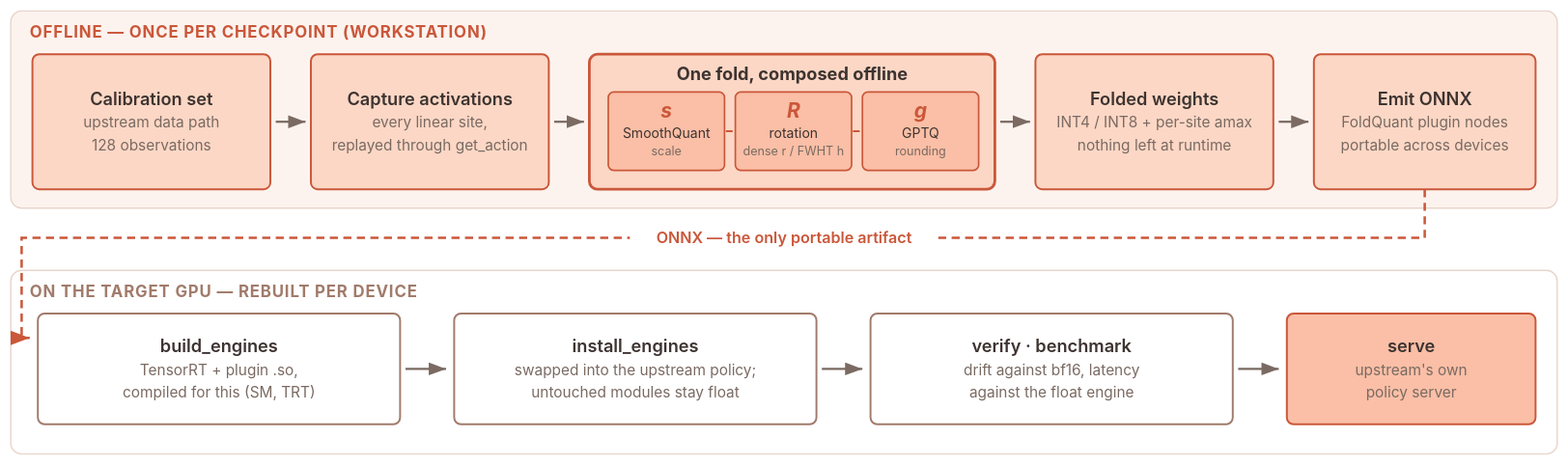
cair-vinuni/FoldQuantVLA keeps this draw.io diagram as docs/assets/foldquant-pipeline.svg. Above is the earlier version. Source tidied: cells renumbered, new cells last; positions are measured from the earlier drawing's top-left corner, leaving out a move shared by most shapes. The source it was exported from:
```xml
<mxGraphModel>
  <root>
    <mxCell id="0" />
    <mxCell id="1" parent="0" />
    <mxCell id="2" value="OFFLINE - ONCE PER CHECKPOINT (WORKSTATION)" style="rounded=1;fillColor=#fdf3ee;strokeColor=#e8d5cb;verticalAlign=top;align=left;spacingLeft=12;fontSize=12;fontStyle=1;fontColor=#ca573a;" parent="1" vertex="1">
      <mxGeometry width="1144" height="146" as="geometry" />
    </mxCell>
    <mxCell id="3" value="ON THE TARGET GPU - REBUILT PER DEVICE" style="rounded=1;fillColor=#ffffff;strokeColor=#e8d5cb;verticalAlign=top;align=left;spacingLeft=12;fontSize=12;fontStyle=1;fontColor=#a17b6b;" parent="1" vertex="1">
      <mxGeometry y="192" width="1144" height="136" as="geometry" />
    </mxCell>
    <mxCell id="4" value="Calibration set" style="rounded=1;fillColor=#fcd7c5;strokeColor=#ca573a;fontStyle=1;" parent="1" vertex="1">
      <mxGeometry x="16" y="32" width="176" height="100" as="geometry" />
    </mxCell>
    <mxCell id="5" value="Capture activations" style="rounded=1;fillColor=#fcd7c5;strokeColor=#ca573a;fontStyle=1;" parent="1" vertex="1">
      <mxGeometry x="222" y="32" width="176" height="100" as="geometry" />
    </mxCell>
    <mxCell id="6" value="One fold, composed offline" style="rounded=1;fillColor=#fcd7c5;strokeColor=#ca573a;strokeWidth=2;verticalAlign=top;fontStyle=1;" parent="1" vertex="1">
      <mxGeometry x="428" y="32" width="300" height="100" as="geometry" />
    </mxCell>
    <mxCell id="7" value="s" style="rounded=1;fillColor=#fabfa6;strokeColor=#ca573a;fontStyle=3;" parent="1" vertex="1">
      <mxGeometry x="442" y="60" width="86" height="58" as="geometry" />
    </mxCell>
    <mxCell id="8" value="R" style="rounded=1;fillColor=#fabfa6;strokeColor=#ca573a;fontStyle=3;" parent="1" vertex="1">
      <mxGeometry x="536" y="60" width="86" height="58" as="geometry" />
    </mxCell>
    <mxCell id="9" value="g" style="rounded=1;fillColor=#fabfa6;strokeColor=#ca573a;fontStyle=3;" parent="1" vertex="1">
      <mxGeometry x="630" y="60" width="86" height="58" as="geometry" />
    </mxCell>
    <mxCell id="10" value="Folded weights" style="rounded=1;fillColor=#fcd7c5;strokeColor=#ca573a;fontStyle=1;" parent="1" vertex="1">
      <mxGeometry x="758" y="32" width="176" height="100" as="geometry" />
    </mxCell>
    <mxCell id="11" value="Emit ONNX" style="rounded=1;fillColor=#fcd7c5;strokeColor=#ca573a;fontStyle=1;" parent="1" vertex="1">
      <mxGeometry x="964" y="32" width="164" height="100" as="geometry" />
    </mxCell>
    <mxCell id="12" value="build_engines" style="rounded=1;fillColor=#ffffff;strokeColor=#a17b6b;fontStyle=1;" parent="1" vertex="1">
      <mxGeometry x="20" y="224" width="268" height="82" as="geometry" />
    </mxCell>
    <mxCell id="13" value="install_engines" style="rounded=1;fillColor=#ffffff;strokeColor=#a17b6b;fontStyle=1;" parent="1" vertex="1">
      <mxGeometry x="328" y="224" width="268" height="82" as="geometry" />
    </mxCell>
    <mxCell id="14" value="verify / benchmark" style="rounded=1;fillColor=#ffffff;strokeColor=#a17b6b;fontStyle=1;" parent="1" vertex="1">
      <mxGeometry x="636" y="224" width="268" height="82" as="geometry" />
    </mxCell>
    <mxCell id="15" value="serve" style="rounded=1;fillColor=#fabfa6;strokeColor=#ca573a;fontStyle=1;" parent="1" vertex="1">
      <mxGeometry x="944" y="224" width="184" height="82" as="geometry" />
    </mxCell>
    <mxCell id="16" style="edgeStyle=orthogonalEdgeStyle;strokeColor=#7a6a62;" parent="1" edge="1" source="4" target="5">
      <mxGeometry relative="1" as="geometry" />
    </mxCell>
    <mxCell id="17" style="edgeStyle=orthogonalEdgeStyle;strokeColor=#7a6a62;" parent="1" edge="1" source="5" target="6">
      <mxGeometry relative="1" as="geometry" />
    </mxCell>
    <mxCell id="18" style="edgeStyle=orthogonalEdgeStyle;strokeColor=#7a6a62;" parent="1" edge="1" source="6" target="10">
      <mxGeometry relative="1" as="geometry" />
    </mxCell>
    <mxCell id="19" style="edgeStyle=orthogonalEdgeStyle;strokeColor=#7a6a62;" parent="1" edge="1" source="10" target="11">
      <mxGeometry relative="1" as="geometry" />
    </mxCell>
    <mxCell id="20" value="ONNX - the only portable artifact" style="edgeStyle=orthogonalEdgeStyle;dashed=1;strokeColor=#ca573a;fontColor=#ca573a;" parent="1" edge="1" source="11" target="12">
      <mxGeometry relative="1" as="geometry" />
    </mxCell>
    <mxCell id="21" style="edgeStyle=orthogonalEdgeStyle;strokeColor=#7a6a62;" parent="1" edge="1" source="12" target="13">
      <mxGeometry relative="1" as="geometry" />
    </mxCell>
    <mxCell id="22" style="edgeStyle=orthogonalEdgeStyle;strokeColor=#7a6a62;" parent="1" edge="1" source="13" target="14">
      <mxGeometry relative="1" as="geometry" />
    </mxCell>
    <mxCell id="23" style="edgeStyle=orthogonalEdgeStyle;strokeColor=#7a6a62;" parent="1" edge="1" source="14" target="15">
      <mxGeometry relative="1" as="geometry" />
    </mxCell>
  </root>
</mxGraphModel>
```
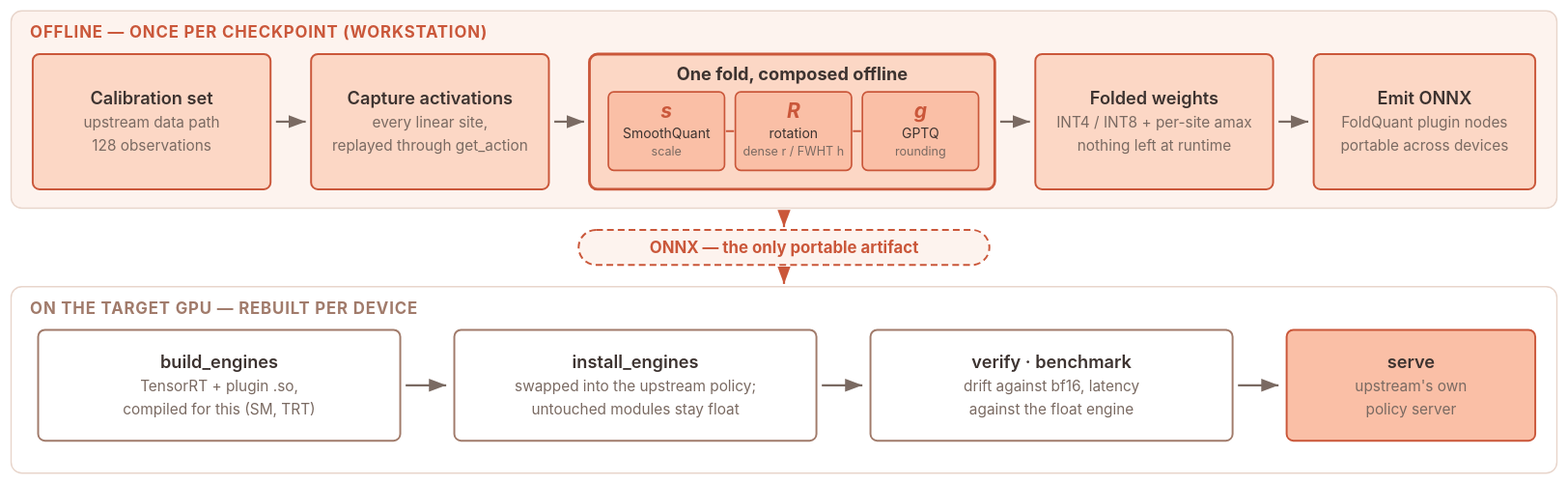
After the commit.

Commit message:
README figure: the lane handoff is one straight arrow, not a wrap

What changed in the source:
```diff
@@ -6,7 +6,7 @@
       <mxGeometry width="1144" height="146" as="geometry" />
     </mxCell>
     <mxCell id="3" value="ON THE TARGET GPU - REBUILT PER DEVICE" style="rounded=1;fillColor=#ffffff;strokeColor=#e8d5cb;verticalAlign=top;align=left;spacingLeft=12;fontSize=12;fontStyle=1;fontColor=#a17b6b;" parent="1" vertex="1">
-      <mxGeometry y="192" width="1144" height="136" as="geometry" />
+      <mxGeometry y="204" width="1144" height="138" as="geometry" />
     </mxCell>
     <mxCell id="4" value="Calibration set" style="rounded=1;fillColor=#fcd7c5;strokeColor=#ca573a;fontStyle=1;" parent="1" vertex="1">
       <mxGeometry x="16" y="32" width="176" height="100" as="geometry" />
@@ -32,17 +32,20 @@
     <mxCell id="11" value="Emit ONNX" style="rounded=1;fillColor=#fcd7c5;strokeColor=#ca573a;fontStyle=1;" parent="1" vertex="1">
       <mxGeometry x="964" y="32" width="164" height="100" as="geometry" />
     </mxCell>
+    <mxCell id="24" value="ONNX - the only portable artifact" style="rounded=1;arcSize=50;dashed=1;fillColor=#fdf3ee;strokeColor=#ca573a;fontColor=#ca573a;fontStyle=1;" parent="1" vertex="1">
+      <mxGeometry x="420" y="162" width="304" height="26" as="geometry" />
+    </mxCell>
     <mxCell id="12" value="build_engines" style="rounded=1;fillColor=#ffffff;strokeColor=#a17b6b;fontStyle=1;" parent="1" vertex="1">
-      <mxGeometry x="20" y="224" width="268" height="82" as="geometry" />
+      <mxGeometry x="20" y="236" width="268" height="82" as="geometry" />
     </mxCell>
     <mxCell id="13" value="install_engines" style="rounded=1;fillColor=#ffffff;strokeColor=#a17b6b;fontStyle=1;" parent="1" vertex="1">
-      <mxGeometry x="328" y="224" width="268" height="82" as="geometry" />
+      <mxGeometry x="328" y="236" width="268" height="82" as="geometry" />
     </mxCell>
     <mxCell id="14" value="verify / benchmark" style="rounded=1;fillColor=#ffffff;strokeColor=#a17b6b;fontStyle=1;" parent="1" vertex="1">
-      <mxGeometry x="636" y="224" width="268" height="82" as="geometry" />
+      <mxGeometry x="636" y="236" width="268" height="82" as="geometry" />
     </mxCell>
     <mxCell id="15" value="serve" style="rounded=1;fillColor=#fabfa6;strokeColor=#ca573a;fontStyle=1;" parent="1" vertex="1">
-      <mxGeometry x="944" y="224" width="184" height="82" as="geometry" />
+      <mxGeometry x="944" y="236" width="184" height="82" as="geometry" />
     </mxCell>
     <mxCell id="16" style="edgeStyle=orthogonalEdgeStyle;strokeColor=#7a6a62;" parent="1" edge="1" source="4" target="5">
       <mxGeometry relative="1" as="geometry" />
@@ -56,17 +59,20 @@
     <mxCell id="19" style="edgeStyle=orthogonalEdgeStyle;strokeColor=#7a6a62;" parent="1" edge="1" source="10" target="11">
       <mxGeometry relative="1" as="geometry" />
     </mxCell>
-    <mxCell id="20" value="ONNX - the only portable artifact" style="edgeStyle=orthogonalEdgeStyle;dashed=1;strokeColor=#ca573a;fontColor=#ca573a;" parent="1" edge="1" source="11" target="12">
+    <mxCell id="20" style="edgeStyle=orthogonalEdgeStyle;dashed=1;strokeColor=#ca573a;" parent="1" edge="1" source="2" target="24">
       <mxGeometry relative="1" as="geometry" />
     </mxCell>
-    <mxCell id="21" style="edgeStyle=orthogonalEdgeStyle;strokeColor=#7a6a62;" parent="1" edge="1" source="12" target="13">
+    <mxCell id="21" style="edgeStyle=orthogonalEdgeStyle;dashed=1;strokeColor=#ca573a;" parent="1" edge="1" source="24" target="3">
       <mxGeometry relative="1" as="geometry" />
     </mxCell>
-    <mxCell id="22" style="edgeStyle=orthogonalEdgeStyle;strokeColor=#7a6a62;" parent="1" edge="1" source="13" target="14">
+    <mxCell id="22" style="edgeStyle=orthogonalEdgeStyle;strokeColor=#7a6a62;" parent="1" edge="1" source="12" target="13">
       <mxGeometry relative="1" as="geometry" />
     </mxCell>
-    <mxCell id="23" style="edgeStyle=orthogonalEdgeStyle;strokeColor=#7a6a62;" parent="1" edge="1" source="14" target="15">
+    <mxCell id="23" style="edgeStyle=orthogonalEdgeStyle;strokeColor=#7a6a62;" parent="1" edge="1" source="13" target="14">
       <mxGeometry relative="1" as="geometry" />
     </mxCell>
+    <mxCell id="25" style="edgeStyle=orthogonalEdgeStyle;strokeColor=#7a6a62;" parent="1" edge="1" source="14" target="15">
+      <mxGeometry relative="1" as="geometry" />
+    </mxCell>
   </root>
 </mxGraphModel>
```
